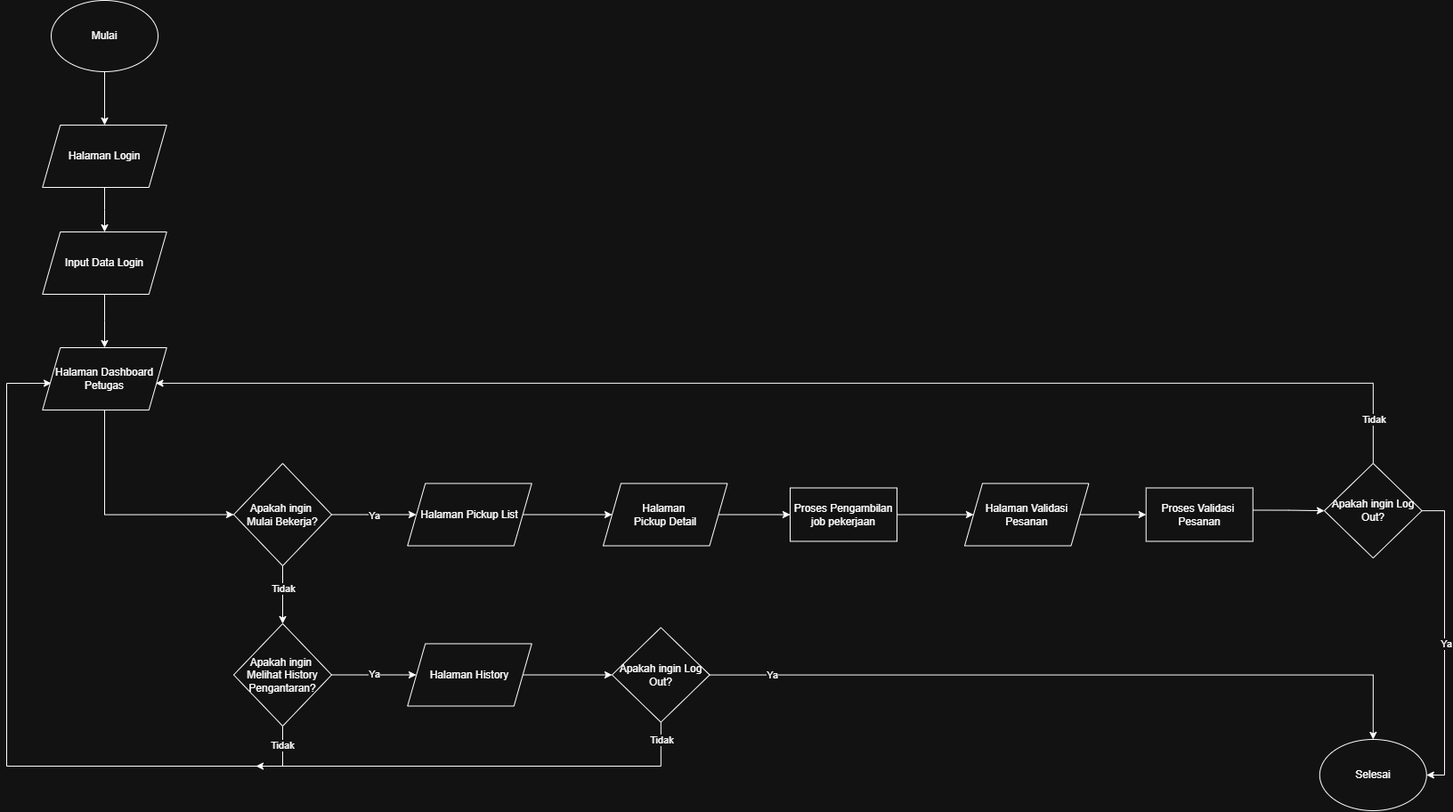
Before: FLOWCHART/FLOWCHART STAFF.png, a diagram exported from draw.io (SKARIGA-RPL-XII/project-kka-Gandi-cloud). Source tidied: cells renumbered, new cells last; positions are measured from the earlier drawing's top-left corner, leaving out a move shared by most shapes.
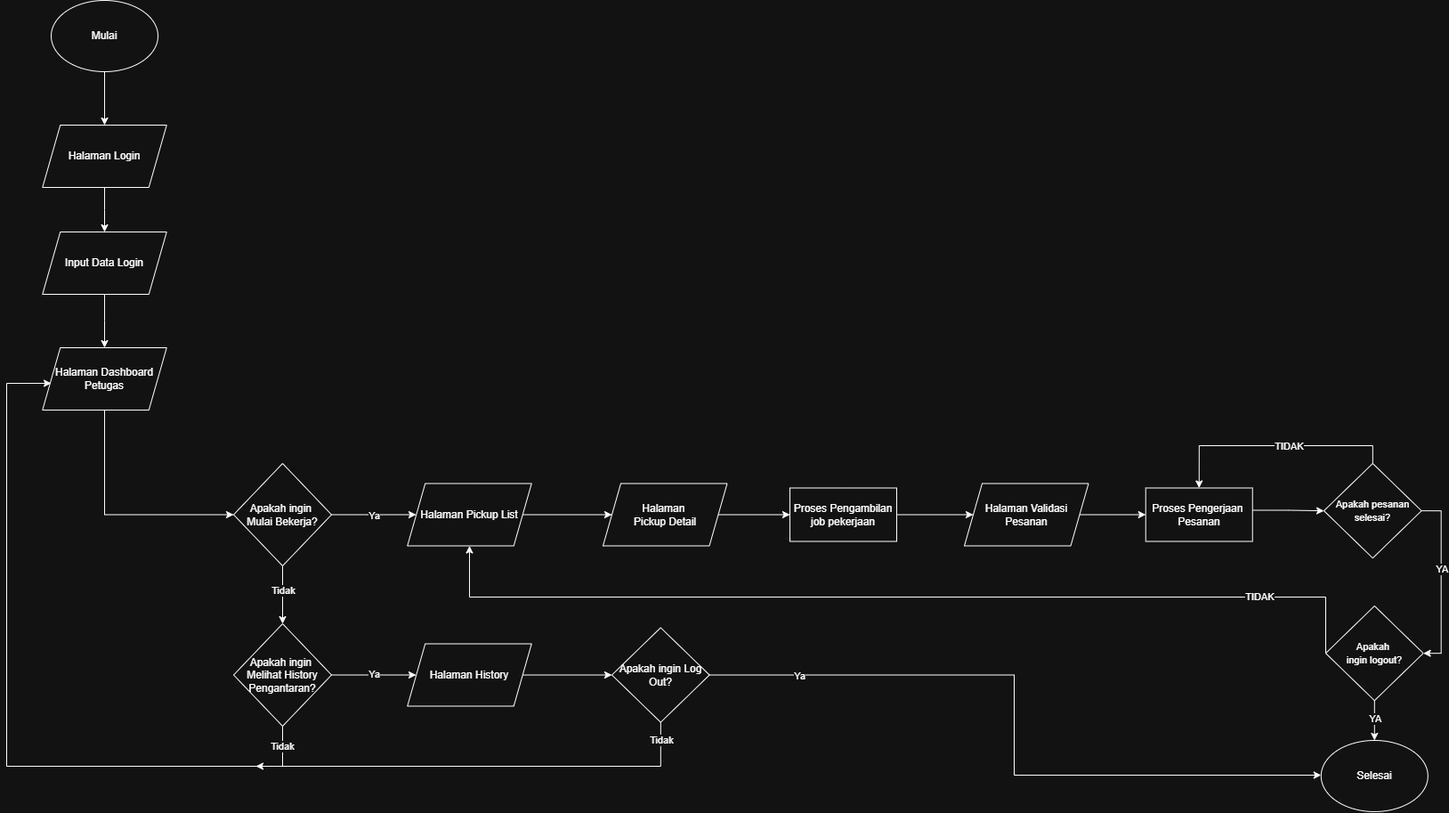
After the change.

Diff of the diagram source:
```diff
@@ -62,30 +62,26 @@
         <mxPoint x="1200" y="577.5" as="sourcePoint" />
       </mxGeometry>
     </mxCell>
-    <mxCell id="15" style="edgeStyle=orthogonalEdgeStyle;rounded=0;jettySize=auto;html=1;entryX=1;entryY=0.5;entryDx=0;entryDy=0;" parent="1" edge="1" source="19" target="31">
-      <mxGeometry relative="1" as="geometry">
-        <Array as="points">
-          <mxPoint x="1615" y="573" />
-          <mxPoint x="1615" y="870" />
-        </Array>
-      </mxGeometry>
-    </mxCell>
-    <mxCell id="16" value="Ya" style="edgeLabel;html=1;align=center;verticalAlign=middle;" parent="15" vertex="1">
-      <mxGeometry x="0.02" y="1" relative="1" as="geometry" />
-    </mxCell>
-    <mxCell id="17" style="edgeStyle=orthogonalEdgeStyle;rounded=0;jettySize=auto;html=1;entryX=0.912;entryY=0.57;entryDx=0;entryDy=0;entryPerimeter=0;" parent="1" edge="1" source="19" target="32">
+    <mxCell id="17" style="edgeStyle=orthogonalEdgeStyle;rounded=0;jettySize=auto;html=1;entryX=0.5;entryY=0;entryDx=0;entryDy=0;" parent="1" edge="1" source="19" target="41">
       <mxGeometry relative="1" as="geometry">
         <Array as="points">
-          <mxPoint x="1535" y="430" />
+          <mxPoint x="1535" y="500" />
+          <mxPoint x="1340" y="500" />
         </Array>
       </mxGeometry>
     </mxCell>
-    <mxCell id="18" value="Tidak" style="edgeLabel;html=1;align=center;verticalAlign=middle;" parent="17" vertex="1">
+    <mxCell id="18" value="TIDAK" style="edgeLabel;html=1;align=center;verticalAlign=middle;" parent="17" vertex="1">
       <mxGeometry x="-0.93" relative="1" as="geometry">
-        <mxPoint y="2" as="offset" />
+        <mxPoint x="-95" y="-10" as="offset" />
       </mxGeometry>
     </mxCell>
+    <mxCell id="43" style="edgeStyle=orthogonalEdgeStyle;rounded=0;jettySize=auto;html=1;exitX=1;exitY=0.5;exitDx=0;exitDy=0;entryX=1;entryY=0.5;entryDx=0;entryDy=0;" parent="1" edge="1" source="19" target="49">
+      <mxGeometry relative="1" as="geometry" />
+    </mxCell>
+    <mxCell id="44" value="YA" style="edgeLabel;html=1;align=center;verticalAlign=middle;" parent="43" vertex="1">
+      <mxGeometry x="-0.14" relative="1" as="geometry" />
+    </mxCell>
-    <mxCell id="19" value="Apakah ingin Log Out?" style="rhombus;whiteSpace=wrap;html=1;rounded=0;" parent="1" vertex="1">
+    <mxCell id="19" value="&lt;font style=&quot;font-size: 11px;&quot;&gt;Apakah pesanan&lt;br&gt;selesai?&lt;/font&gt;" style="rhombus;whiteSpace=wrap;html=1;rounded=0;" parent="1" vertex="1">
       <mxGeometry x="1480" y="520" width="109.6" height="106.2" as="geometry" />
     </mxCell>
     <mxCell id="20" style="edgeStyle=orthogonalEdgeStyle;rounded=0;jettySize=auto;html=1;entryX=0;entryY=0.5;entryDx=0;entryDy=0;" parent="1" edge="1" source="24">
@@ -115,12 +111,17 @@
         <mxPoint x="580" y="757.5" as="sourcePoint" />
       </mxGeometry>
     </mxCell>
-    <mxCell id="26" style="edgeStyle=orthogonalEdgeStyle;rounded=0;jettySize=auto;html=1;entryX=0.5;entryY=0;entryDx=0;entryDy=0;" parent="1" edge="1" source="30" target="31">
-      <mxGeometry relative="1" as="geometry" />
+    <mxCell id="26" style="edgeStyle=orthogonalEdgeStyle;rounded=0;jettySize=auto;html=1;entryX=0;entryY=0.5;entryDx=0;entryDy=0;" parent="1" edge="1" source="30" target="31">
+      <mxGeometry relative="1" as="geometry">
+        <Array as="points">
+          <mxPoint x="1132" y="758" />
+          <mxPoint x="1132" y="870" />
+        </Array>
+      </mxGeometry>
     </mxCell>
     <mxCell id="27" value="Ya" style="edgeLabel;html=1;align=center;verticalAlign=middle;" parent="26" vertex="1">
       <mxGeometry x="-0.09" y="-1" relative="1" as="geometry">
-        <mxPoint x="-303" y="-1" as="offset" />
+        <mxPoint x="-241" y="-22" as="offset" />
       </mxGeometry>
     </mxCell>
     <mxCell id="28" style="edgeStyle=orthogonalEdgeStyle;rounded=0;jettySize=auto;html=1;entryX=0.07;entryY=0.571;entryDx=0;entryDy=0;entryPerimeter=0;" parent="1" edge="1" source="30" target="32">
@@ -141,7 +142,7 @@
       <mxGeometry x="680" y="704.4" width="109.6" height="106.2" as="geometry" />
     </mxCell>
     <mxCell id="31" value="Selesai" style="ellipse;whiteSpace=wrap;html=1;" parent="1" vertex="1">
-      <mxGeometry x="1474.8" y="830" width="120" height="80" as="geometry" />
+      <mxGeometry x="1476.8" y="831" width="120" height="80" as="geometry" />
     </mxCell>
     <mxCell id="32" value="Halaman Dashboard&lt;div&gt;Petugas&lt;/div&gt;" style="shape=parallelogram;perimeter=parallelogramPerimeter;whiteSpace=wrap;html=1;fixedSize=1;rounded=0;" parent="1" vertex="1">
       <mxGeometry x="40.2" y="390" width="139.5" height="70" as="geometry" />
@@ -170,11 +171,31 @@
     <mxCell id="40" value="Halaman Validasi Pesanan" style="shape=parallelogram;perimeter=parallelogramPerimeter;whiteSpace=wrap;html=1;fixedSize=1;rounded=0;" parent="1" vertex="1">
       <mxGeometry x="1076" y="542.5" width="139.5" height="70" as="geometry" />
     </mxCell>
-    <mxCell id="41" value="Proses Validasi&amp;nbsp;&lt;div&gt;Pesanan&lt;/div&gt;" style="rounded=0;whiteSpace=wrap;html=1;" parent="1" vertex="1">
+    <mxCell id="41" value="Proses Pengerjaan&amp;nbsp;&lt;div&gt;Pesanan&lt;/div&gt;" style="rounded=0;whiteSpace=wrap;html=1;" parent="1" vertex="1">
       <mxGeometry x="1279.8" y="547.5" width="120" height="60" as="geometry" />
     </mxCell>
     <mxCell id="42" value="Halaman History" style="shape=parallelogram;perimeter=parallelogramPerimeter;whiteSpace=wrap;html=1;fixedSize=1;rounded=0;" parent="1" vertex="1">
       <mxGeometry x="450.2" y="722.5" width="139.5" height="70" as="geometry" />
     </mxCell>
+    <mxCell id="45" style="edgeStyle=orthogonalEdgeStyle;rounded=0;jettySize=auto;html=1;exitX=0;exitY=0.5;exitDx=0;exitDy=0;entryX=0.5;entryY=1;entryDx=0;entryDy=0;" parent="1" edge="1" source="49" target="37">
+      <mxGeometry relative="1" as="geometry">
+        <Array as="points">
+          <mxPoint x="1482" y="670" />
+          <mxPoint x="520" y="670" />
+        </Array>
+      </mxGeometry>
+    </mxCell>
+    <mxCell id="46" value="TIDAK" style="edgeLabel;html=1;align=center;verticalAlign=middle;" parent="45" vertex="1">
+      <mxGeometry x="-0.75" y="-1" relative="1" as="geometry" />
+    </mxCell>
+    <mxCell id="47" style="edgeStyle=orthogonalEdgeStyle;rounded=0;jettySize=auto;html=1;exitX=0.5;exitY=1;exitDx=0;exitDy=0;entryX=0.5;entryY=0;entryDx=0;entryDy=0;" parent="1" edge="1" source="49" target="31">
+      <mxGeometry relative="1" as="geometry" />
+    </mxCell>
+    <mxCell id="48" value="YA" style="edgeLabel;html=1;align=center;verticalAlign=middle;" parent="47" vertex="1">
+      <mxGeometry x="-0.08" relative="1" as="geometry" />
+    </mxCell>
+    <mxCell id="49" value="&lt;span style=&quot;font-size: 11px;&quot;&gt;Apakah&amp;nbsp;&lt;br&gt;ingin logout?&lt;/span&gt;" style="rhombus;whiteSpace=wrap;html=1;rounded=0;" parent="1" vertex="1">
+      <mxGeometry x="1482" y="680" width="109.6" height="106.2" as="geometry" />
+    </mxCell>
   </root>
 </mxGraphModel>
```
